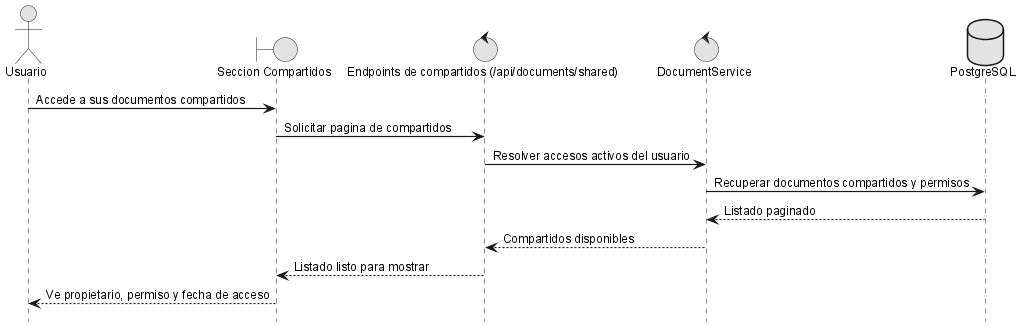
The PlantUML diagram anexos/diagramas/seq-shared-documents.png in ErDeivih/DocumentChain, before a commit. Source of this version:
```plantuml
@startuml
!include _sequence-style.puml
actor Usuario as user
boundary "Seccion Compartidos" as ui
control "Endpoints de compartidos (/api/documents/shared)" as api
control "DocumentService" as srv
database "PostgreSQL" as db

user -> ui: Accede a sus documentos compartidos
ui -> api: Solicitar pagina de compartidos
api -> srv: Resolver accesos activos del usuario
srv -> db: Recuperar documentos compartidos y permisos
db --> srv: Listado paginado
srv --> api: Compartidos disponibles
api --> ui: Listado listo para mostrar
ui --> user: Ve propietario, permiso y fecha de acceso

@enduml
```
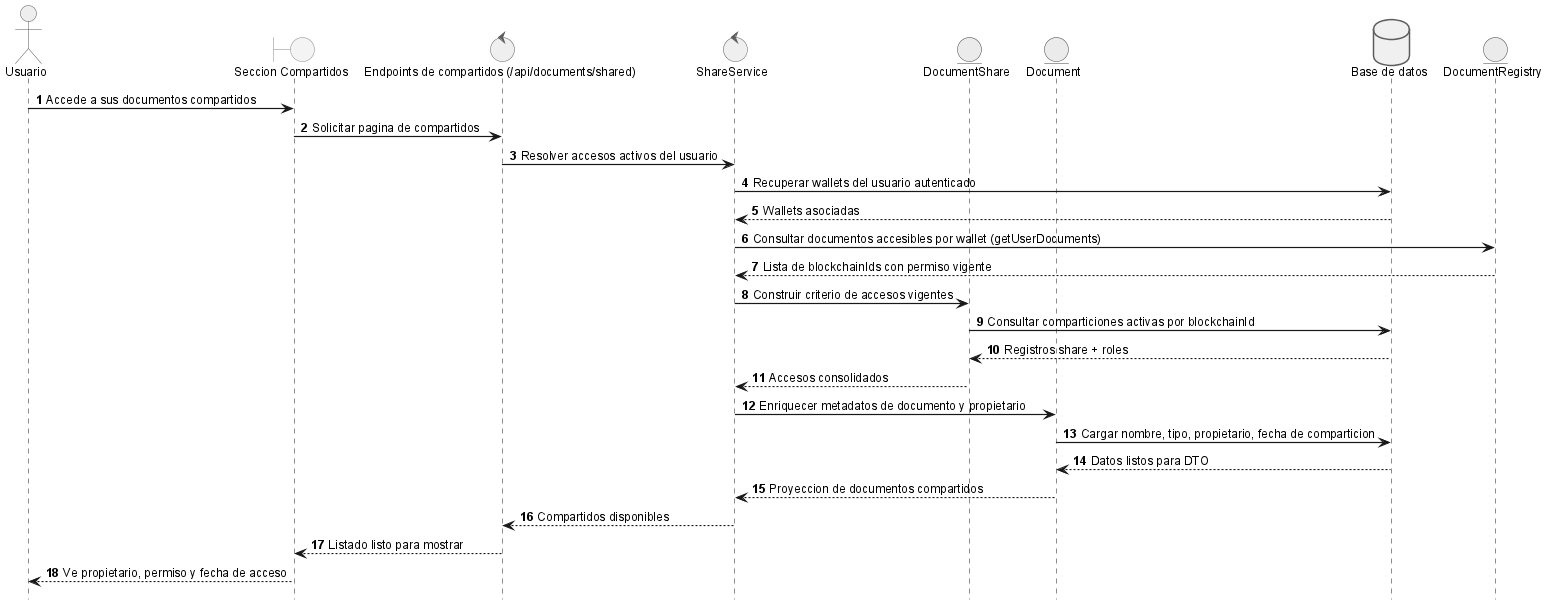
The same diagram one commit later.

Change to the diagram source:
```diff
@@ -3,14 +3,27 @@
 actor Usuario as user
 boundary "Seccion Compartidos" as ui
 control "Endpoints de compartidos (/api/documents/shared)" as api
-control "DocumentService" as srv
-database "PostgreSQL" as db
+control "ShareService" as srv
+entity "DocumentShare" as share
+entity "Document" as doc
+database "Base de datos" as db
+entity "DocumentRegistry" as sc
 
 user -> ui: Accede a sus documentos compartidos
 ui -> api: Solicitar pagina de compartidos
 api -> srv: Resolver accesos activos del usuario
-srv -> db: Recuperar documentos compartidos y permisos
-db --> srv: Listado paginado
+srv -> db: Recuperar wallets del usuario autenticado
+db --> srv: Wallets asociadas
+srv -> sc: Consultar documentos accesibles por wallet (getUserDocuments)
+sc --> srv: Lista de blockchainIds con permiso vigente
+srv -> share: Construir criterio de accesos vigentes
+share -> db: Consultar comparticiones activas por blockchainId
+db --> share: Registros share + roles
+share --> srv: Accesos consolidados
+srv -> doc: Enriquecer metadatos de documento y propietario
+doc -> db: Cargar nombre, tipo, propietario, fecha de comparticion
+db --> doc: Datos listos para DTO
+doc --> srv: Proyeccion de documentos compartidos
 srv --> api: Compartidos disponibles
 api --> ui: Listado listo para mostrar
 ui --> user: Ve propietario, permiso y fecha de acceso
```
